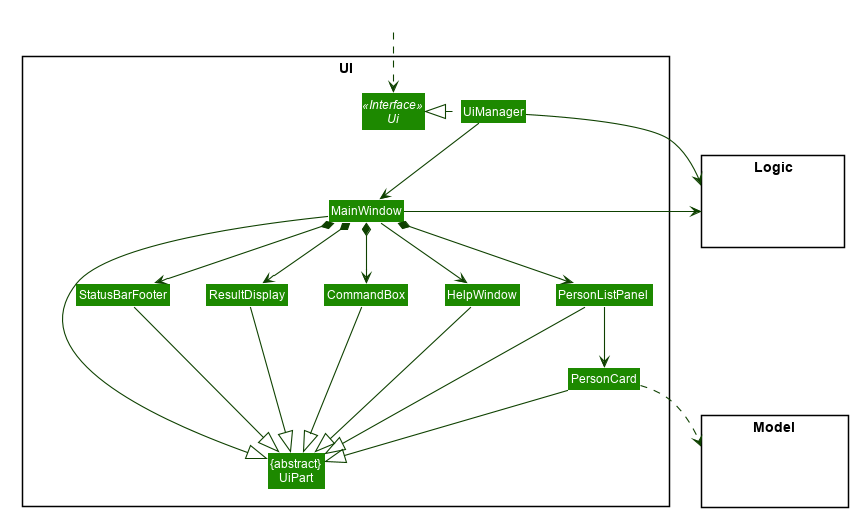
This is docs/images/UiClassDiagram.png from nus-cs2103-AY2021S2/tp, a PlantUML export, as it was before one commit.
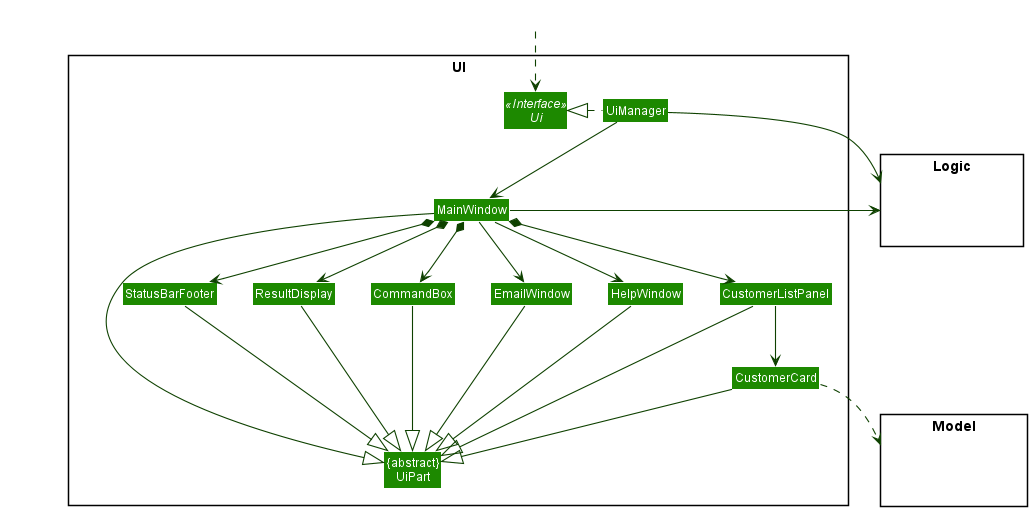
After the commit.

Commit message:
Resolve website and diagram screenshots

Diff of the diagram source:
```diff
@@ -1,55 +1,8 @@
 @startuml
-
-
-
-
-
-
-
-
-skinparam BackgroundColor #FFFFFFF
-
-skinparam Shadowing false
-
-skinparam Class {
-    FontColor #FFFFFF
-    BorderThickness 1
-    BorderColor #FFFFFF
-    StereotypeFontColor #FFFFFF
-    FontName Arial
-}
-
-skinparam Actor {
-    BorderColor #000000
-    Color #000000
-    FontName Arial
-}
-
-skinparam Sequence {
-    MessageAlign center
-    BoxFontSize 15
-    BoxPadding 0
-    BoxFontColor #FFFFFF
-    FontName Arial
-}
-
-skinparam Participant {
-    FontColor #FFFFFFF
-    Padding 20
-}
-
-skinparam MinClassWidth 50
-skinparam ParticipantPadding 10
-skinparam Shadowing false
-skinparam DefaultTextAlignment center
-skinparam packageStyle Rectangle
-
-hide footbox
-hide members
-hide circle
+!include style.puml
 skinparam arrowThickness 1.1
-skinparam arrowColor #0E4100
-skinparam classBackgroundColor #1D8900
+skinparam arrowColor UI_COLOR_T4
+skinparam classBackgroundColor UI_COLOR
 
 package UI <<Rectangle>>{
 Interface Ui <<Interface>>
@@ -57,9 +10,10 @@
 Class UiManager
 Class MainWindow
 Class HelpWindow
+Class EmailWindow
 Class ResultDisplay
-Class PersonListPanel
-Class PersonCard
+Class CustomerListPanel
+Class CustomerCard
 Class StatusBarFooter
 Class CommandBox
 }
@@ -77,29 +31,32 @@
 
 UiManager .left.|> Ui
 UiManager -down-> MainWindow
+MainWindow --> EmailWindow
 MainWindow --> HelpWindow
 MainWindow *-down-> CommandBox
 MainWindow *-down-> ResultDisplay
-MainWindow *-down-> PersonListPanel
+MainWindow *-down-> CustomerListPanel
 MainWindow *-down-> StatusBarFooter
 
-PersonListPanel -down-> PersonCard
+CustomerListPanel -down-> CustomerCard
 
 MainWindow -left-|> UiPart
 
 ResultDisplay --|> UiPart
 CommandBox --|> UiPart
-PersonListPanel --|> UiPart
-PersonCard --|> UiPart
+CustomerListPanel --|> UiPart
+CustomerCard --|> UiPart
 StatusBarFooter --|> UiPart
+EmailWindow -down-|> UiPart
 HelpWindow -down-|> UiPart
 
-PersonCard ..> Model
+CustomerCard ..> Model
 UiManager -right-> Logic
 MainWindow -left-> Logic
 
-PersonListPanel -[hidden]left- HelpWindow
+CustomerListPanel -[hidden]left- HelpWindow
 HelpWindow -[hidden]left- CommandBox
+EmailWindow -[hidden]left- CommandBox
 CommandBox -[hidden]left- ResultDisplay
 ResultDisplay -[hidden]left- StatusBarFooter
 
```
